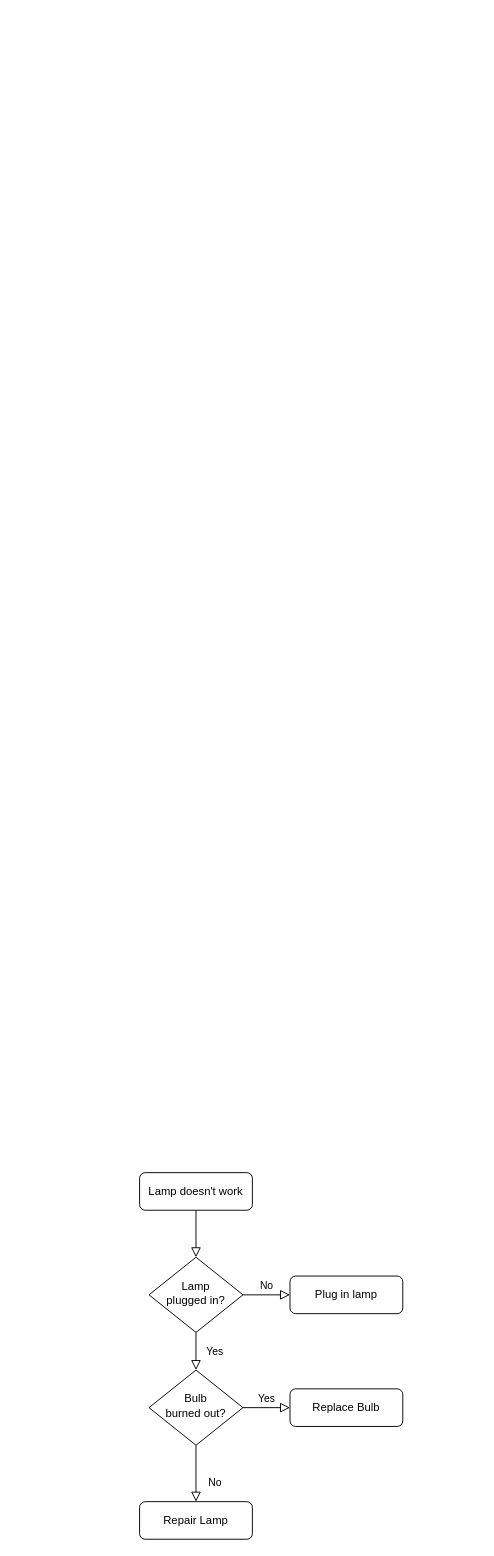
The draw.io diagram micro_mt2_2.drawio in mmuurraatt/My-Projects-On-Github, before the edit. Source tidied: cells renumbered, new cells numbered last; positions are measured from the earlier drawing's top-left corner, leaving out a move shared by most shapes. Both pictures are drawn from the tidied source at 94%, with x=0, y=0 at pixel (139, 1172).
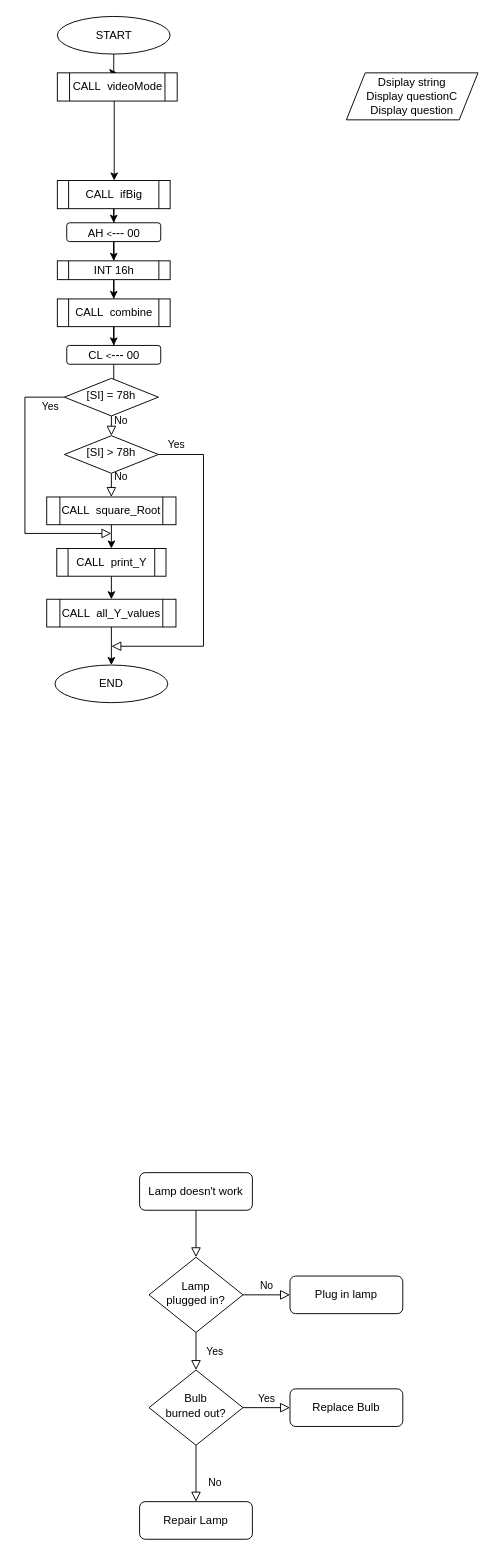
The same page after the edit.

What changed in the source:
```diff
@@
+    <mxCell id="13" style="edgeStyle=orthogonalEdgeStyle;rounded=0;jettySize=auto;html=1;" parent="1" edge="1" source="14" target="17">
+      <mxGeometry relative="1" as="geometry" />
+    </mxCell>
+    <mxCell id="14" value="START" style="ellipse;whiteSpace=wrap;html=1;" parent="1" vertex="1">
+      <mxGeometry x="-87.5" y="-1230" width="120" height="40" as="geometry" />
+    </mxCell>
+    <mxCell id="15" value="Dsiplay string&lt;br&gt;Display questionC&lt;br&gt;Display question" style="shape=parallelogram;perimeter=parallelogramPerimeter;whiteSpace=wrap;html=1;fixedSize=1;" parent="1" vertex="1">
+      <mxGeometry x="220" y="-1170" width="140" height="50" as="geometry" />
+    </mxCell>
+    <mxCell id="16" style="edgeStyle=orthogonalEdgeStyle;rounded=0;jettySize=auto;html=1;" parent="1" edge="1" source="17" target="19">
+      <mxGeometry relative="1" as="geometry">
+        <Array as="points">
+          <mxPoint x="-27" y="-1130" />
+          <mxPoint x="-27" y="-1130" />
+        </Array>
+      </mxGeometry>
+    </mxCell>
+    <mxCell id="17" value="CALL&amp;nbsp; videoMode" style="shape=process;whiteSpace=wrap;html=1;backgroundOutline=1;" parent="1" vertex="1">
+      <mxGeometry x="-87.5" y="-1170" width="127.5" height="30" as="geometry" />
+    </mxCell>
+    <mxCell id="18" style="edgeStyle=orthogonalEdgeStyle;rounded=0;jettySize=auto;html=1;" parent="1" edge="1" source="19" target="21">
+      <mxGeometry relative="1" as="geometry" />
+    </mxCell>
+    <mxCell id="19" value="CALL&amp;nbsp; ifBig" style="shape=process;whiteSpace=wrap;html=1;backgroundOutline=1;" parent="1" vertex="1">
+      <mxGeometry x="-87.5" y="-1055.5" width="120" height="30" as="geometry" />
+    </mxCell>
+    <mxCell id="20" style="edgeStyle=orthogonalEdgeStyle;rounded=0;jettySize=auto;html=1;" parent="1" edge="1" source="21" target="23">
+      <mxGeometry relative="1" as="geometry" />
+    </mxCell>
+    <mxCell id="21" value="AH&amp;nbsp;&lt;font style=&quot;font-size: 10px&quot;&gt;&amp;lt;&lt;/font&gt;&lt;font style=&quot;font-size: 13px&quot;&gt;---&lt;/font&gt;&amp;nbsp;00" style="rounded=1;whiteSpace=wrap;html=1;fontSize=12;glass=0;strokeWidth=1;shadow=0;" parent="1" vertex="1">
+      <mxGeometry x="-77.5" y="-1010.5" width="100" height="20" as="geometry" />
+    </mxCell>
+    <mxCell id="22" style="edgeStyle=orthogonalEdgeStyle;rounded=0;jettySize=auto;html=1;" parent="1" edge="1" source="23" target="25">
+      <mxGeometry relative="1" as="geometry" />
+    </mxCell>
+    <mxCell id="23" value="INT 16h" style="shape=process;whiteSpace=wrap;html=1;backgroundOutline=1;" parent="1" vertex="1">
+      <mxGeometry x="-87.5" y="-970" width="120" height="20" as="geometry" />
+    </mxCell>
+    <mxCell id="24" style="edgeStyle=orthogonalEdgeStyle;rounded=0;jettySize=auto;html=1;" parent="1" edge="1" source="25" target="27">
+      <mxGeometry relative="1" as="geometry" />
+    </mxCell>
+    <mxCell id="25" value="CALL&amp;nbsp; combine" style="shape=process;whiteSpace=wrap;html=1;backgroundOutline=1;" parent="1" vertex="1">
+      <mxGeometry x="-87.5" y="-929.5" width="120" height="29.5" as="geometry" />
+    </mxCell>
+    <mxCell id="26" style="edgeStyle=orthogonalEdgeStyle;rounded=0;jettySize=auto;html=1;" parent="1" edge="1" source="27" target="28">
+      <mxGeometry relative="1" as="geometry" />
+    </mxCell>
+    <mxCell id="27" value="CL&amp;nbsp;&lt;font style=&quot;font-size: 10px&quot;&gt;&amp;lt;&lt;/font&gt;&lt;font style=&quot;font-size: 13px&quot;&gt;---&lt;/font&gt;&amp;nbsp;00" style="rounded=1;whiteSpace=wrap;html=1;fontSize=12;glass=0;strokeWidth=1;shadow=0;" parent="1" vertex="1">
+      <mxGeometry x="-77.5" y="-880" width="100" height="20" as="geometry" />
+    </mxCell>
+    <mxCell id="28" value="[SI] = 78h" style="rhombus;whiteSpace=wrap;html=1;shadow=0;fontFamily=Helvetica;fontSize=12;align=center;strokeWidth=1;spacing=6;spacingTop=-4;" parent="1" vertex="1">
+      <mxGeometry x="-80" y="-845" width="100" height="40" as="geometry" />
+    </mxCell>
+    <mxCell id="29" value="No" style="edgeStyle=orthogonalEdgeStyle;rounded=0;html=1;jettySize=auto;fontSize=11;endArrow=block;endFill=0;endSize=8;strokeWidth=1;shadow=0;labelBackgroundColor=none;exitX=0.5;exitY=1;exitDx=0;exitDy=0;entryX=0.5;entryY=0;entryDx=0;entryDy=0;" parent="1" edge="1" source="28" target="31">
+      <mxGeometry x="-0.52" y="10" relative="1" as="geometry" />
+    </mxCell>
+    <mxCell id="30" value="Yes" style="rounded=0;html=1;jettySize=auto;fontSize=11;endArrow=block;endFill=0;endSize=8;strokeWidth=1;shadow=0;labelBackgroundColor=none;edgeStyle=orthogonalEdgeStyle;exitX=0;exitY=0.5;exitDx=0;exitDy=0;" parent="1" edge="1" source="28">
+      <mxGeometry x="-0.89" y="10" relative="1" as="geometry">
+        <mxPoint x="-30" y="-680" as="targetPoint" />
+        <Array as="points">
+          <mxPoint x="-122" y="-825" />
+          <mxPoint x="-122" y="-680" />
+        </Array>
+      </mxGeometry>
+    </mxCell>
+    <mxCell id="31" value="[SI] &amp;gt; 78h" style="rhombus;whiteSpace=wrap;html=1;shadow=0;fontFamily=Helvetica;fontSize=12;align=center;strokeWidth=1;spacing=6;spacingTop=-4;" parent="1" vertex="1">
+      <mxGeometry x="-80" y="-784" width="100" height="40" as="geometry" />
+    </mxCell>
+    <mxCell id="32" value="No" style="edgeStyle=orthogonalEdgeStyle;rounded=0;html=1;jettySize=auto;fontSize=11;endArrow=block;endFill=0;endSize=8;strokeWidth=1;shadow=0;labelBackgroundColor=none;exitX=0.5;exitY=1;exitDx=0;exitDy=0;entryX=0.5;entryY=0;entryDx=0;entryDy=0;" parent="1" edge="1" source="31" target="35">
+      <mxGeometry x="-0.68" y="10" relative="1" as="geometry" />
+    </mxCell>
+    <mxCell id="33" value="Yes" style="rounded=0;html=1;jettySize=auto;fontSize=11;endArrow=block;endFill=0;endSize=8;strokeWidth=1;shadow=0;labelBackgroundColor=none;edgeStyle=orthogonalEdgeStyle;exitX=1;exitY=0.5;exitDx=0;exitDy=0;" parent="1" edge="1" source="31">
+      <mxGeometry x="-0.89" y="10" relative="1" as="geometry">
+        <mxPoint x="-30" y="-560" as="targetPoint" />
+        <Array as="points">
+          <mxPoint x="68" y="-764" />
+          <mxPoint x="68" y="-560" />
+          <mxPoint x="-30" y="-560" />
+        </Array>
+      </mxGeometry>
+    </mxCell>
+    <mxCell id="34" style="edgeStyle=orthogonalEdgeStyle;rounded=0;jettySize=auto;html=1;" parent="1" edge="1" source="35" target="37">
+      <mxGeometry relative="1" as="geometry" />
+    </mxCell>
+    <mxCell id="35" value="CALL&amp;nbsp; square_Root" style="shape=process;whiteSpace=wrap;html=1;backgroundOutline=1;" parent="1" vertex="1">
+      <mxGeometry x="-98.8" y="-718.8" width="137.5" height="29.5" as="geometry" />
+    </mxCell>
+    <mxCell id="36" style="edgeStyle=orthogonalEdgeStyle;rounded=0;jettySize=auto;html=1;" parent="1" edge="1" source="37" target="39">
+      <mxGeometry relative="1" as="geometry" />
+    </mxCell>
+    <mxCell id="37" value="CALL&amp;nbsp; print_Y" style="shape=process;whiteSpace=wrap;html=1;backgroundOutline=1;" parent="1" vertex="1">
+      <mxGeometry x="-88.1" y="-664" width="116.2" height="29.5" as="geometry" />
+    </mxCell>
+    <mxCell id="38" style="edgeStyle=orthogonalEdgeStyle;rounded=0;jettySize=auto;html=1;" parent="1" edge="1" source="39" target="40">
+      <mxGeometry relative="1" as="geometry" />
+    </mxCell>
+    <mxCell id="39" value="CALL&amp;nbsp; all_Y_values" style="shape=process;whiteSpace=wrap;html=1;backgroundOutline=1;" parent="1" vertex="1">
+      <mxGeometry x="-98.8" y="-610" width="137.5" height="29.5" as="geometry" />
+    </mxCell>
+    <mxCell id="40" value="END" style="ellipse;whiteSpace=wrap;html=1;" parent="1" vertex="1">
+      <mxGeometry x="-90" y="-540" width="120" height="40" as="geometry" />
+    </mxCell>
```
